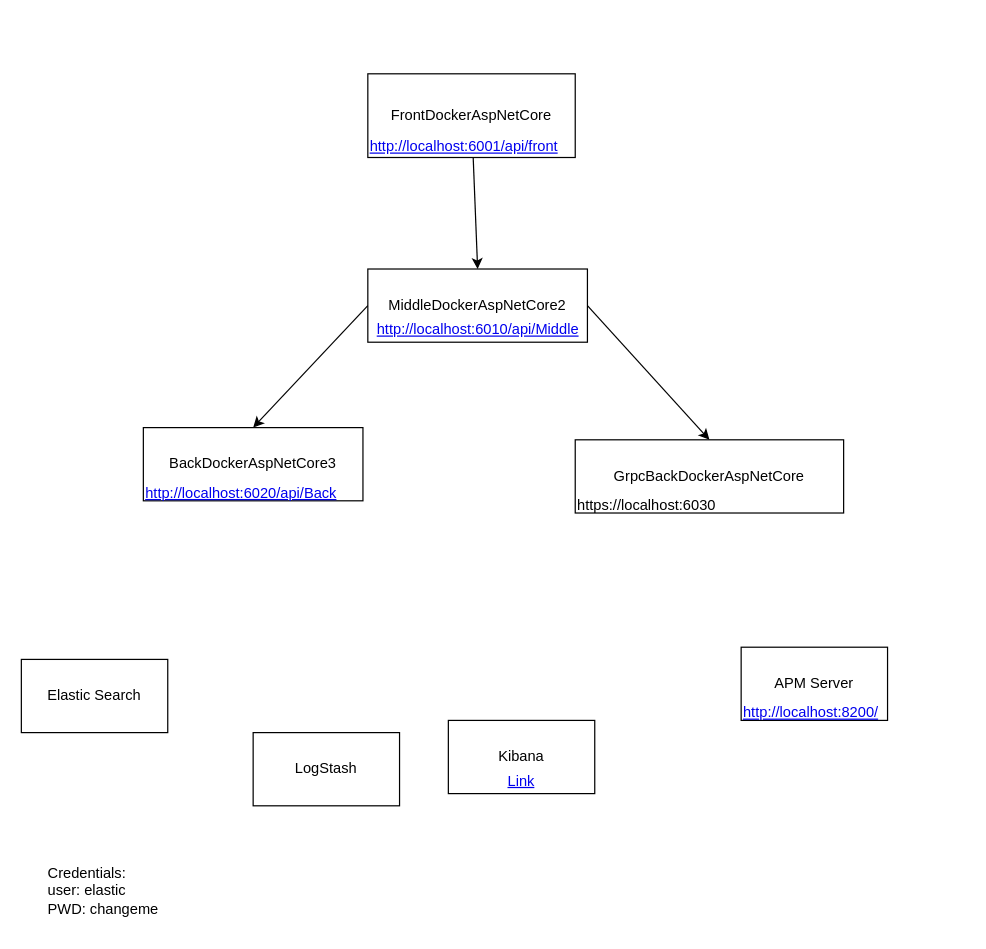
This is Overview.drawio from agx540/docker-elk, a draw.io file, before an edit. Source tidied: cells renumbered, new cells numbered last; positions are measured from the earlier drawing's top-left corner, leaving out a move shared by most shapes. Both pictures are drawn from the tidied source at 122%, with x=0, y=0 at pixel (21, 73).
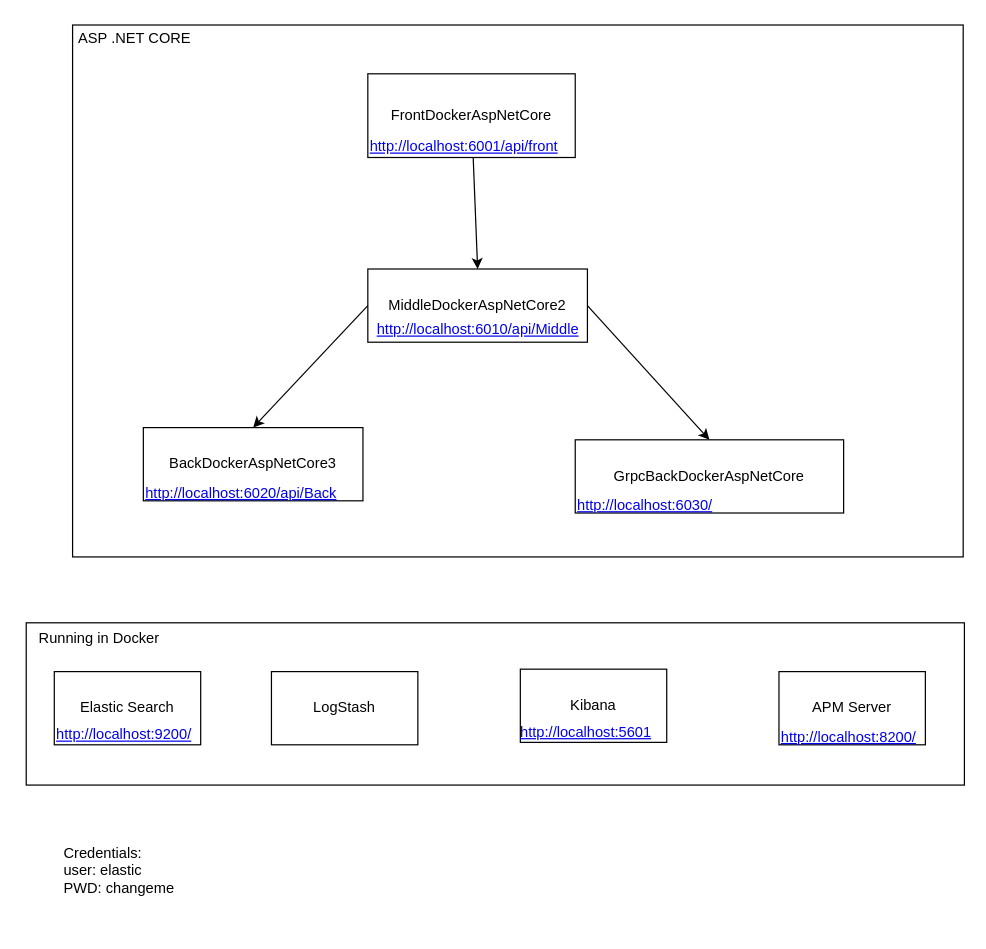
The same diagram, later.

The change refers to these unchanged cells:
```xml
<mxCell id="2" style="group;" parent="1" vertex="1">
  <mxGeometry x="454" y="300" width="220" height="70" as="geometry" />
</mxCell>
```

What changed in the source:
```diff
@@
+    <mxCell id="27" style="rounded=0;whiteSpace=wrap;html=1;" parent="1" vertex="1">
+      <mxGeometry x="42" y="-40" width="730" height="436" as="geometry" />
+    </mxCell>
+    <mxCell id="28" style="rounded=0;whiteSpace=wrap;html=1;" parent="1" vertex="1">
+      <mxGeometry x="4" y="450" width="769" height="133" as="geometry" />
+    </mxCell>
@@
-    <mxCell id="4" value="https://localhost:6030" style="text;whiteSpace=wrap;html=1;" parent="2" vertex="1">
-      <mxGeometry y="40" width="140" height="30" as="geometry" />
-    </mxCell>
+    <mxCell id="29" value="&lt;a href=&quot;http://localhost:8200/&quot;&gt;http://localhost:6030/&lt;/a&gt;" style="text;whiteSpace=wrap;html=1;" parent="2" vertex="1">
+      <mxGeometry y="40" width="140" height="30" as="geometry" />
+    </mxCell>
@@
+    <mxCell id="23" value="LogStash" style="rounded=0;whiteSpace=wrap;html=1;" parent="1" vertex="1">
+      <mxGeometry x="205" y="490" width="120" height="60" as="geometry" />
+    </mxCell>
+    <mxCell id="26" value="Credentials:&lt;br&gt;user: elastic&lt;br&gt;PWD: changeme" style="text;html=1;strokeColor=none;fillColor=none;align=left;verticalAlign=middle;whiteSpace=wrap;rounded=0;" parent="1" vertex="1">
+      <mxGeometry x="33" y="623" width="120" height="60" as="geometry" />
+    </mxCell>
+    <mxCell id="30" value="Running in Docker" style="text;html=1;strokeColor=none;fillColor=none;align=center;verticalAlign=middle;whiteSpace=wrap;rounded=0;" parent="1" vertex="1">
+      <mxGeometry x="4" y="453" width="120" height="20" as="geometry" />
+    </mxCell>
+    <mxCell id="31" value="&lt;span style=&quot;font-family: Helvetica; font-size: 12px; font-style: normal; font-variant-ligatures: normal; font-variant-caps: normal; font-weight: 400; letter-spacing: normal; orphans: 2; text-align: center; text-indent: 0px; text-transform: none; widows: 2; word-spacing: 0px; -webkit-text-stroke-width: 0px; text-decoration-style: initial; text-decoration-color: initial; float: none; display: inline !important;&quot;&gt;ASP .NET CORE&amp;nbsp;&lt;/span&gt;" style="text;whiteSpace=wrap;html=1;" parent="1" vertex="1">
+      <mxGeometry x="45" y="-43" width="116" height="28" as="geometry" />
+    </mxCell>
+    <mxCell id="32" style="group;" parent="1" vertex="1">
+      <mxGeometry x="27" y="490" width="140" height="68" as="geometry" />
+    </mxCell>
-    <mxCell id="20" value="Elastic Search" style="rounded=0;whiteSpace=wrap;html=1;" parent="1" vertex="1">
-      <mxGeometry y="480" width="120" height="60" as="geometry" />
+    <mxCell id="20" value="Elastic Search" style="rounded=0;whiteSpace=wrap;html=1;" parent="32" vertex="1">
+      <mxGeometry width="120" height="60" as="geometry" />
     </mxCell>
+    <mxCell id="33" value="&lt;a href=&quot;http://localhost:8200/&quot;&gt;http://localhost:9200/&lt;/a&gt;" style="text;whiteSpace=wrap;html=1;" parent="32" vertex="1">
+      <mxGeometry y="38" width="140" height="30" as="geometry" />
+    </mxCell>
+    <mxCell id="34" style="group;" parent="1" vertex="1">
+      <mxGeometry x="409" y="488" width="140" height="72" as="geometry" />
+    </mxCell>
+    <mxCell id="22" value="Kibana" style="rounded=0;whiteSpace=wrap;html=1;" parent="34" vertex="1">
+      <mxGeometry width="120" height="60" as="geometry" />
+    </mxCell>
+    <mxCell id="35" value="http://localhost:5601" style="text;html=1;strokeColor=none;fillColor=none;whiteSpace=wrap;align=center;verticalAlign=middle;fontColor=#0000EE;fontStyle=4;" parent="34" vertex="1">
+      <mxGeometry x="24" y="32" width="60" height="40" as="geometry" />
+    </mxCell>
+    <mxCell id="36" style="group;" parent="1" vertex="1">
+      <mxGeometry x="621" y="490" width="140" height="70" as="geometry" />
+    </mxCell>
-    <mxCell id="21" value="APM Server" style="rounded=0;whiteSpace=wrap;html=1;" parent="1" vertex="1">
-      <mxGeometry x="590" y="470" width="120" height="60" as="geometry" />
+    <mxCell id="21" value="APM Server" style="rounded=0;whiteSpace=wrap;html=1;" parent="36" vertex="1">
+      <mxGeometry width="120" height="60" as="geometry" />
     </mxCell>
-    <mxCell id="22" value="Kibana" style="rounded=0;whiteSpace=wrap;html=1;" parent="1" vertex="1">
-      <mxGeometry x="350" y="530" width="120" height="60" as="geometry" />
-    </mxCell>
-    <mxCell id="23" value="LogStash" style="rounded=0;whiteSpace=wrap;html=1;" parent="1" vertex="1">
-      <mxGeometry x="190" y="540" width="120" height="60" as="geometry" />
-    </mxCell>
-    <mxCell id="24" value="Link" style="text;html=1;strokeColor=none;fillColor=none;whiteSpace=wrap;align=center;verticalAlign=middle;fontColor=#0000EE;fontStyle=4;" parent="1" vertex="1">
-      <mxGeometry x="342" y="560" width="136" height="40" as="geometry" />
-    </mxCell>
-    <mxCell id="25" value="&lt;a href=&quot;http://localhost:8200/&quot;&gt;http://localhost:8200/&lt;/a&gt;" style="text;whiteSpace=wrap;html=1;" parent="1" vertex="1">
-      <mxGeometry x="590" y="510" width="140" height="30" as="geometry" />
+    <mxCell id="25" value="&lt;a href=&quot;http://localhost:8200/&quot;&gt;http://localhost:8200/&lt;/a&gt;" style="text;whiteSpace=wrap;html=1;" parent="36" vertex="1">
+      <mxGeometry y="40" width="140" height="30" as="geometry" />
     </mxCell>
-    <mxCell id="26" value="Credentials:&lt;br&gt;user: elastic&lt;br&gt;PWD: changeme" style="text;html=1;strokeColor=none;fillColor=none;align=left;verticalAlign=middle;whiteSpace=wrap;rounded=0;" parent="1" vertex="1">
-      <mxGeometry x="20" y="640" width="120" height="60" as="geometry" />
-    </mxCell>
```
